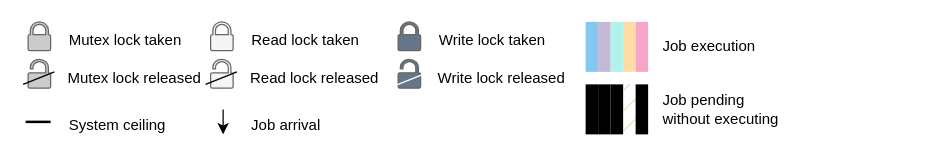
Earlier version of the draw.io diagram assets/legend.drawio (perlindgren/rw-rtic). Source tidied: cells renumbered, new cells numbered last; positions are measured from the earlier drawing's top-left corner, leaving out a move shared by most shapes. Both pictures are drawn from the tidied source at 125%, with x=0, y=0 at pixel (22, 21).
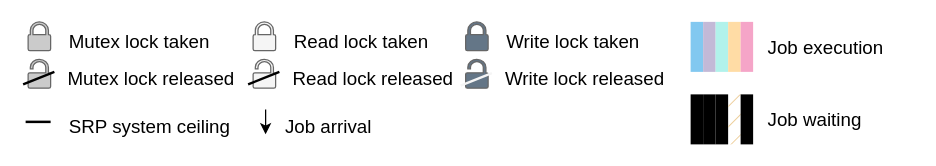
After the change.

The edit, as a diff of the source:
```diff
@@
-    <mxCell id="2" style="endArrow=classic;html=1;rounded=0;" parent="1" edge="1">
+    <mxCell id="2" style="endArrow=classic;html=1;rounded=0;fontSize=15;" parent="1" edge="1">
       <mxGeometry relative="1" as="geometry">
-        <mxPoint x="160" y="70" as="sourcePoint" />
-        <mxPoint x="160" y="90" as="targetPoint" />
+        <mxPoint x="194" y="70" as="sourcePoint" />
+        <mxPoint x="194" y="90" as="targetPoint" />
       </mxGeometry>
     </mxCell>
-    <mxCell id="3" value="Job arrival" style="text;html=1;align=center;verticalAlign=middle;strokeColor=none;fillColor=none;" parent="1" vertex="1">
-      <mxGeometry x="170" y="68" width="80" height="30" as="geometry" />
+    <mxCell id="3" value="Job arrival" style="text;html=1;align=center;verticalAlign=middle;strokeColor=none;fillColor=none;fontSize=15;" parent="1" vertex="1">
+      <mxGeometry x="199" y="68" width="90" height="30" as="geometry" />
     </mxCell>
-    <mxCell id="4" style="sketch=0;shadow=0;dashed=0;html=1;strokeColor=#666666;labelPosition=center;verticalLabelPosition=bottom;verticalAlign=top;align=center;shape=mxgraph.office.security.lock_protected;fillColor=#f5f5f5;fontColor=#333333;strokeWidth=1;" parent="1" vertex="1">
-      <mxGeometry x="150" width="18" height="23" as="geometry" />
+    <mxCell id="4" style="sketch=0;shadow=0;dashed=0;html=1;strokeColor=#666666;labelPosition=center;verticalLabelPosition=bottom;verticalAlign=top;align=center;shape=mxgraph.office.security.lock_protected;fillColor=#f5f5f5;fontColor=#333333;strokeWidth=1;fontSize=15;" parent="1" vertex="1">
+      <mxGeometry x="184" width="18" height="23" as="geometry" />
     </mxCell>
-    <mxCell id="5" value="Read lock taken" style="text;html=1;align=left;verticalAlign=middle;strokeColor=none;fillColor=none;" parent="1" vertex="1">
-      <mxGeometry x="181" width="110" height="30" as="geometry" />
+    <mxCell id="5" value="Read lock taken" style="text;html=1;align=left;verticalAlign=middle;strokeColor=none;fillColor=none;fontSize=15;" parent="1" vertex="1">
+      <mxGeometry x="215" width="130" height="30" as="geometry" />
     </mxCell>
-    <mxCell id="6" style="sketch=0;shadow=0;dashed=0;html=1;strokeColor=#666666;labelPosition=center;verticalLabelPosition=bottom;verticalAlign=top;align=center;shape=mxgraph.office.security.lock_unprotected;fillColor=#f5f5f5;fontColor=#333333;strokeWidth=1;" parent="1" vertex="1">
-      <mxGeometry x="150" y="30" width="18" height="23" as="geometry" />
+    <mxCell id="6" style="sketch=0;shadow=0;dashed=0;html=1;strokeColor=#666666;labelPosition=center;verticalLabelPosition=bottom;verticalAlign=top;align=center;shape=mxgraph.office.security.lock_unprotected;fillColor=#f5f5f5;fontColor=#333333;strokeWidth=1;fontSize=15;" parent="1" vertex="1">
+      <mxGeometry x="184" y="30" width="18" height="23" as="geometry" />
     </mxCell>
-    <mxCell id="7" value="Read lock released" style="text;html=1;align=left;verticalAlign=middle;strokeColor=none;fillColor=none;" parent="1" vertex="1">
-      <mxGeometry x="180" y="30" width="130" height="30" as="geometry" />
+    <mxCell id="7" value="Read lock released" style="text;html=1;align=left;verticalAlign=middle;strokeColor=none;fillColor=none;fontSize=15;" parent="1" vertex="1">
+      <mxGeometry x="214" y="30" width="150" height="30" as="geometry" />
     </mxCell>
-    <mxCell id="8" style="sketch=0;shadow=0;dashed=0;html=1;strokeColor=#666666;labelPosition=center;verticalLabelPosition=bottom;verticalAlign=top;align=center;shape=mxgraph.office.security.lock_protected;fillColor=light-dark(#647687, #6a6a6a);fontColor=#333333;strokeWidth=1;" parent="1" vertex="1">
-      <mxGeometry x="300" width="18" height="23" as="geometry" />
+    <mxCell id="8" style="sketch=0;shadow=0;dashed=0;html=1;strokeColor=#666666;labelPosition=center;verticalLabelPosition=bottom;verticalAlign=top;align=center;shape=mxgraph.office.security.lock_protected;fillColor=light-dark(#647687, #6a6a6a);fontColor=#333333;strokeWidth=1;fontSize=15;" parent="1" vertex="1">
+      <mxGeometry x="354" width="18" height="23" as="geometry" />
     </mxCell>
-    <mxCell id="9" value="Write lock taken" style="text;html=1;align=left;verticalAlign=middle;strokeColor=none;fillColor=none;" parent="1" vertex="1">
-      <mxGeometry x="331" width="110" height="30" as="geometry" />
+    <mxCell id="9" value="Write lock taken" style="text;html=1;align=left;verticalAlign=middle;strokeColor=none;fillColor=none;fontSize=15;" parent="1" vertex="1">
+      <mxGeometry x="385" width="130" height="30" as="geometry" />
     </mxCell>
-    <mxCell id="10" style="sketch=0;shadow=0;dashed=0;html=1;strokeColor=#666666;labelPosition=center;verticalLabelPosition=bottom;verticalAlign=top;align=center;shape=mxgraph.office.security.lock_unprotected;fillColor=light-dark(#647687, #6a6a6a);fontColor=#333333;strokeWidth=1;" parent="1" vertex="1">
-      <mxGeometry x="300" y="30" width="18" height="23" as="geometry" />
+    <mxCell id="10" style="sketch=0;shadow=0;dashed=0;html=1;strokeColor=#666666;labelPosition=center;verticalLabelPosition=bottom;verticalAlign=top;align=center;shape=mxgraph.office.security.lock_unprotected;fillColor=light-dark(#647687, #6a6a6a);fontColor=#333333;strokeWidth=1;fontSize=15;" parent="1" vertex="1">
+      <mxGeometry x="354" y="30" width="18" height="23" as="geometry" />
     </mxCell>
-    <mxCell id="11" value="Write lock released" style="text;html=1;align=left;verticalAlign=middle;strokeColor=none;fillColor=none;" parent="1" vertex="1">
-      <mxGeometry x="330" y="30" width="130" height="30" as="geometry" />
+    <mxCell id="11" value="Write lock released" style="text;html=1;align=left;verticalAlign=middle;strokeColor=none;fillColor=none;fontSize=15;" parent="1" vertex="1">
+      <mxGeometry x="384" y="30" width="150" height="30" as="geometry" />
     </mxCell>
-    <mxCell id="12" style="endArrow=none;html=1;rounded=0;strokeWidth=2;" parent="1" edge="1">
+    <mxCell id="12" style="endArrow=none;html=1;rounded=0;strokeWidth=2;fontSize=15;" parent="1" edge="1">
       <mxGeometry relative="1" as="geometry">
         <mxPoint x="2" y="80" as="sourcePoint" />
         <mxPoint x="22" y="80" as="targetPoint" />
       </mxGeometry>
     </mxCell>
-    <mxCell id="13" value="System ceiling" style="text;html=1;align=left;verticalAlign=middle;strokeColor=none;fillColor=none;" parent="1" vertex="1">
-      <mxGeometry x="35" y="68" width="100" height="30" as="geometry" />
+    <mxCell id="13" value="SRP system ceiling" style="text;html=1;align=left;verticalAlign=middle;strokeColor=none;fillColor=none;fontSize=15;" parent="1" vertex="1">
+      <mxGeometry x="35" y="68" width="150" height="30" as="geometry" />
     </mxCell>
-    <mxCell id="14" style="rounded=0;whiteSpace=wrap;html=1;fillColor=light-dark(#82c8f0, #1d293b);strokeColor=none;" parent="1" vertex="1">
-      <mxGeometry x="450" width="10" height="40" as="geometry" />
+    <mxCell id="14" style="rounded=0;whiteSpace=wrap;html=1;fillColor=light-dark(#82c8f0, #1d293b);strokeColor=none;fontSize=15;" parent="1" vertex="1">
+      <mxGeometry x="534" width="10" height="40" as="geometry" />
     </mxCell>
-    <mxCell id="15" style="rounded=0;whiteSpace=wrap;html=1;fillColor=light-dark(#C3B9D7,#C3B9D7);strokeColor=none;" parent="1" vertex="1">
-      <mxGeometry x="460" width="10" height="40" as="geometry" />
+    <mxCell id="15" style="rounded=0;whiteSpace=wrap;html=1;fillColor=light-dark(#C3B9D7,#C3B9D7);strokeColor=none;fontSize=15;" parent="1" vertex="1">
+      <mxGeometry x="544" width="10" height="40" as="geometry" />
     </mxCell>
-    <mxCell id="16" style="rounded=0;whiteSpace=wrap;html=1;fillColor=light-dark(#b1f2eb, #1f2f1e);strokeColor=none;" parent="1" vertex="1">
-      <mxGeometry x="470" width="10" height="40" as="geometry" />
+    <mxCell id="16" style="rounded=0;whiteSpace=wrap;html=1;fillColor=light-dark(#b1f2eb, #1f2f1e);strokeColor=none;fontSize=15;" parent="1" vertex="1">
+      <mxGeometry x="554" width="10" height="40" as="geometry" />
     </mxCell>
-    <mxCell id="17" style="rounded=0;whiteSpace=wrap;html=1;fillColor=light-dark(#FFDCA5,#FFDCA5);strokeColor=none;" parent="1" vertex="1">
-      <mxGeometry x="480" width="10" height="40" as="geometry" />
+    <mxCell id="17" style="rounded=0;whiteSpace=wrap;html=1;fillColor=light-dark(#FFDCA5,#FFDCA5);strokeColor=none;fontSize=15;" parent="1" vertex="1">
+      <mxGeometry x="564" width="10" height="40" as="geometry" />
     </mxCell>
-    <mxCell id="18" style="rounded=0;whiteSpace=wrap;html=1;fillColor=light-dark(#F5A5C8,#F5A5C8);strokeColor=none;" parent="1" vertex="1">
-      <mxGeometry x="490" width="10" height="40" as="geometry" />
+    <mxCell id="18" style="rounded=0;whiteSpace=wrap;html=1;fillColor=light-dark(#F5A5C8,#F5A5C8);strokeColor=none;fontSize=15;" parent="1" vertex="1">
+      <mxGeometry x="574" width="10" height="40" as="geometry" />
     </mxCell>
-    <mxCell id="19" value="Job execution" style="text;html=1;align=left;verticalAlign=middle;strokeColor=none;fillColor=none;" parent="1" vertex="1">
-      <mxGeometry x="510" y="5" width="100" height="30" as="geometry" />
+    <mxCell id="19" value="Job execution" style="text;html=1;align=left;verticalAlign=middle;strokeColor=none;fillColor=none;fontSize=15;" parent="1" vertex="1">
+      <mxGeometry x="594" y="5" width="120" height="30" as="geometry" />
     </mxCell>
-    <mxCell id="20" style="rounded=0;whiteSpace=wrap;html=1;fillColor=light-dark(#82c8f0, #1d293b);strokeColor=none;fillStyle=hatch;" parent="1" vertex="1">
-      <mxGeometry x="450" y="50" width="10" height="40" as="geometry" />
+    <mxCell id="20" style="rounded=0;whiteSpace=wrap;html=1;fillColor=light-dark(#82c8f0, #1d293b);strokeColor=none;fillStyle=hatch;fontSize=15;" parent="1" vertex="1">
+      <mxGeometry x="534" y="58" width="10" height="40" as="geometry" />
     </mxCell>
-    <mxCell id="21" style="rounded=0;whiteSpace=wrap;html=1;fillColor=light-dark(#cea4e1, #392f3f);strokeColor=none;fillStyle=hatch;" parent="1" vertex="1">
-      <mxGeometry x="460" y="50" width="10" height="40" as="geometry" />
+    <mxCell id="21" style="rounded=0;whiteSpace=wrap;html=1;fillColor=light-dark(#cea4e1, #392f3f);strokeColor=none;fillStyle=hatch;fontSize=15;" parent="1" vertex="1">
+      <mxGeometry x="544" y="58" width="10" height="40" as="geometry" />
     </mxCell>
-    <mxCell id="22" style="rounded=0;whiteSpace=wrap;html=1;fillColor=light-dark(#99D1CB,#B1F2EB);strokeColor=none;fillStyle=hatch;" parent="1" vertex="1">
-      <mxGeometry x="470" y="50" width="10" height="40" as="geometry" />
+    <mxCell id="22" style="rounded=0;whiteSpace=wrap;html=1;fillColor=light-dark(#99D1CB,#B1F2EB);strokeColor=none;fillStyle=hatch;fontSize=15;" parent="1" vertex="1">
+      <mxGeometry x="554" y="58" width="10" height="40" as="geometry" />
     </mxCell>
-    <mxCell id="23" style="rounded=0;whiteSpace=wrap;html=1;fillColor=#EDCD99;strokeColor=none;fillStyle=hatch;" parent="1" vertex="1">
-      <mxGeometry x="480" y="50" width="10" height="40" as="geometry" />
+    <mxCell id="23" style="rounded=0;whiteSpace=wrap;html=1;fillColor=#EDCD99;strokeColor=none;fillStyle=hatch;fontSize=15;" parent="1" vertex="1">
+      <mxGeometry x="564" y="58" width="10" height="40" as="geometry" />
     </mxCell>
-    <mxCell id="24" style="rounded=0;whiteSpace=wrap;html=1;fillColor=light-dark(#F5A5C8,#F5A5C8);strokeColor=none;fillStyle=hatch;" parent="1" vertex="1">
-      <mxGeometry x="490" y="50" width="10" height="40" as="geometry" />
+    <mxCell id="24" style="rounded=0;whiteSpace=wrap;html=1;fillColor=light-dark(#F5A5C8,#F5A5C8);strokeColor=none;fillStyle=hatch;fontSize=15;" parent="1" vertex="1">
+      <mxGeometry x="574" y="58" width="10" height="40" as="geometry" />
     </mxCell>
-    <mxCell id="25" value="Job pending&lt;div&gt;without executing&lt;/div&gt;" style="text;html=1;align=left;verticalAlign=middle;strokeColor=none;fillColor=none;" parent="1" vertex="1">
-      <mxGeometry x="510" y="50" width="120" height="40" as="geometry" />
+    <mxCell id="25" value="Job waiting" style="text;html=1;align=left;verticalAlign=middle;strokeColor=none;fillColor=none;fontSize=15;" parent="1" vertex="1">
+      <mxGeometry x="594" y="63" width="100" height="30" as="geometry" />
     </mxCell>
-    <mxCell id="26" style="endArrow=none;html=1;rounded=0;" parent="1" edge="1">
+    <mxCell id="26" style="endArrow=none;html=1;rounded=0;strokeWidth=2;fontSize=15;" parent="1" edge="1">
       <mxGeometry relative="1" as="geometry">
-        <mxPoint x="146" y="50" as="sourcePoint" />
-        <mxPoint x="171" y="40" as="targetPoint" />
+        <mxPoint x="180" y="50" as="sourcePoint" />
+        <mxPoint x="205" y="40" as="targetPoint" />
       </mxGeometry>
     </mxCell>
-    <mxCell id="27" style="endArrow=none;html=1;rounded=0;strokeColor=#FFFFFF;" parent="1" edge="1">
+    <mxCell id="27" style="endArrow=none;html=1;rounded=0;strokeColor=light-dark(#f5f5f5, #121212);strokeWidth=2;fontSize=15;" parent="1" edge="1">
       <mxGeometry relative="1" as="geometry">
-        <mxPoint x="295" y="52" as="sourcePoint" />
-        <mxPoint x="320" y="42" as="targetPoint" />
+        <mxPoint x="350" y="51" as="sourcePoint" />
+        <mxPoint x="375" y="41" as="targetPoint" />
       </mxGeometry>
     </mxCell>
-    <mxCell id="28" style="sketch=0;shadow=0;dashed=0;html=1;strokeColor=#666666;labelPosition=center;verticalLabelPosition=bottom;verticalAlign=top;align=center;shape=mxgraph.office.security.lock_protected;fillColor=light-dark(#cbcbcb, #1a1a1a);fontColor=#333333;strokeWidth=1;" parent="1" vertex="1">
+    <mxCell id="28" style="sketch=0;shadow=0;dashed=0;html=1;strokeColor=#666666;labelPosition=center;verticalLabelPosition=bottom;verticalAlign=top;align=center;shape=mxgraph.office.security.lock_protected;fillColor=light-dark(#cbcbcb, #1a1a1a);fontColor=#333333;strokeWidth=1;fontSize=15;" parent="1" vertex="1">
       <mxGeometry x="4" width="18" height="23" as="geometry" />
     </mxCell>
-    <mxCell id="29" value="Mutex lock taken" style="text;html=1;align=left;verticalAlign=middle;strokeColor=none;fillColor=none;" parent="1" vertex="1">
-      <mxGeometry x="35" width="110" height="30" as="geometry" />
+    <mxCell id="29" value="Mutex lock taken" style="text;html=1;align=left;verticalAlign=middle;strokeColor=none;fillColor=none;fontSize=15;" parent="1" vertex="1">
+      <mxGeometry x="35" width="140" height="30" as="geometry" />
     </mxCell>
-    <mxCell id="30" style="sketch=0;shadow=0;dashed=0;html=1;strokeColor=#666666;labelPosition=center;verticalLabelPosition=bottom;verticalAlign=top;align=center;shape=mxgraph.office.security.lock_unprotected;fillColor=light-dark(#cbcbcb, #1a1a1a);fontColor=#333333;strokeWidth=1;" parent="1" vertex="1">
+    <mxCell id="30" style="sketch=0;shadow=0;dashed=0;html=1;strokeColor=#666666;labelPosition=center;verticalLabelPosition=bottom;verticalAlign=top;align=center;shape=mxgraph.office.security.lock_unprotected;fillColor=light-dark(#cbcbcb, #1a1a1a);fontColor=#333333;strokeWidth=1;fontSize=15;" parent="1" vertex="1">
       <mxGeometry x="4" y="30" width="18" height="23" as="geometry" />
     </mxCell>
-    <mxCell id="31" value="Mutex lock released" style="text;html=1;align=left;verticalAlign=middle;strokeColor=none;fillColor=none;" parent="1" vertex="1">
-      <mxGeometry x="34" y="30" width="130" height="30" as="geometry" />
+    <mxCell id="31" value="Mutex lock released" style="text;html=1;align=left;verticalAlign=middle;strokeColor=none;fillColor=none;fontSize=15;" parent="1" vertex="1">
+      <mxGeometry x="34" y="30" width="160" height="30" as="geometry" />
     </mxCell>
-    <mxCell id="32" style="endArrow=none;html=1;rounded=0;" parent="1" edge="1">
+    <mxCell id="32" style="endArrow=none;html=1;rounded=0;strokeWidth=2;fontSize=15;" parent="1" edge="1">
       <mxGeometry relative="1" as="geometry">
         <mxPoint y="50" as="sourcePoint" />
         <mxPoint x="25" y="40" as="targetPoint" />
       </mxGeometry>
     </mxCell>
```
